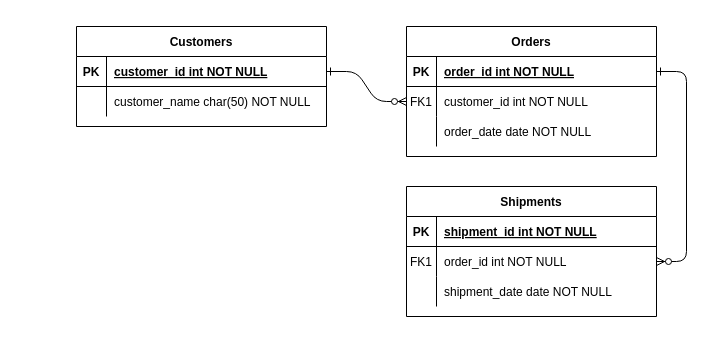
Earlier version of the draw.io diagram recycleDB.drawio (jgy2808/TERM_Project). Source tidied: cells renumbered, new cells numbered last; positions are measured from the earlier drawing's top-left corner, leaving out a move shared by most shapes. Both pictures are drawn from the tidied source at 100%, with x=0, y=0 at pixel (76, 26).
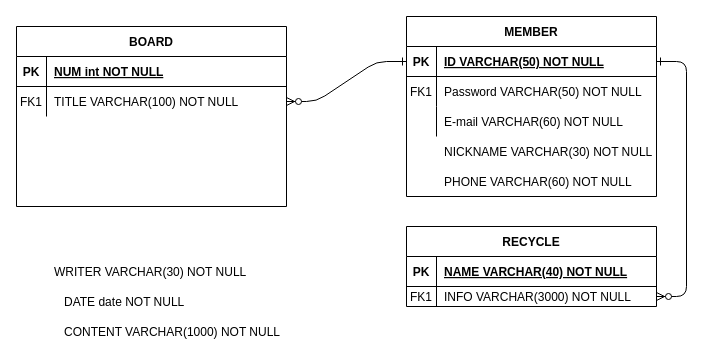
After the change.

Unchanged cells that the change refers to:
```xml
<mxCell id="5" style="shape=partialRectangle;fillColor=none;points=[[0,0.5],[1,0.5]];portConstraint=eastwest;top=0;left=0;right=0;bottom=1;" parent="4" vertex="1">
  <mxGeometry y="30" width="250" height="30" as="geometry" />
</mxCell>
<mxCell id="8" style="shape=partialRectangle;fillColor=none;points=[[0,0.5],[1,0.5]];portConstraint=eastwest;top=0;left=0;right=0;bottom=0;" parent="4" vertex="1">
  <mxGeometry y="60" width="250" height="30" as="geometry" />
</mxCell>
<mxCell id="11" style="shape=partialRectangle;fillColor=none;top=0;left=0;right=0;bottom=0;" parent="4" vertex="1">
  <mxGeometry y="90" width="250" height="30" as="geometry" />
</mxCell>
<mxCell id="15" style="shape=partialRectangle;fillColor=none;top=0;left=0;right=0;bottom=1;" parent="14" vertex="1">
  <mxGeometry y="30" width="250" height="30" as="geometry" />
</mxCell>
```

What changed in the source:
```diff
@@
-    <mxCell id="2" style="edgeStyle=entityRelationEdgeStyle;endArrow=ERzeroToMany;startArrow=ERone;endFill=1;startFill=0;" parent="1" edge="1" source="25" target="8">
-      <mxGeometry relative="1" as="geometry" />
-    </mxCell>
@@
-    <mxCell id="4" value="Orders" style="shape=table;startSize=30;childLayout=tableLayout;rowLines=0;fontStyle=1;align=center;" parent="1" vertex="1">
-      <mxGeometry x="330" width="250" height="130" as="geometry" />
+    <mxCell id="4" value="MEMBER" style="shape=table;startSize=30;childLayout=tableLayout;rowLines=0;fontStyle=1;align=center;" parent="1" vertex="1">
+      <mxGeometry x="330" y="-10" width="250" height="180" as="geometry" />
     </mxCell>
@@
-    <mxCell id="7" value="order_id int NOT NULL " style="shape=partialRectangle;overflow=hidden;fillColor=none;top=0;left=0;bottom=0;right=0;align=left;spacingLeft=6;fontStyle=5;" parent="5" vertex="1">
+    <mxCell id="7" value="ID VARCHAR(50) NOT NULL" style="shape=partialRectangle;overflow=hidden;fillColor=none;top=0;left=0;bottom=0;right=0;align=left;spacingLeft=6;fontStyle=5;" parent="5" vertex="1">
       <mxGeometry x="30" width="220" height="30" as="geometry" />
     </mxCell>
@@
-    <mxCell id="10" value="customer_id int NOT NULL" style="shape=partialRectangle;overflow=hidden;fillColor=none;top=0;left=0;bottom=0;right=0;align=left;spacingLeft=6;" parent="8" vertex="1">
+    <mxCell id="10" value="Password VARCHAR(50) NOT NULL" style="shape=partialRectangle;overflow=hidden;fillColor=none;top=0;left=0;bottom=0;right=0;align=left;spacingLeft=6;" parent="8" vertex="1">
       <mxGeometry x="30" width="220" height="30" as="geometry" />
     </mxCell>
@@
-    <mxCell id="13" value="order_date date NOT NULL" style="shape=partialRectangle;overflow=hidden;fillColor=none;top=0;left=0;bottom=0;right=0;align=left;spacingLeft=6;" parent="11" vertex="1">
+    <mxCell id="13" value="E-mail VARCHAR(60) NOT NULL" style="shape=partialRectangle;overflow=hidden;fillColor=none;top=0;left=0;bottom=0;right=0;align=left;spacingLeft=6;" parent="11" vertex="1">
       <mxGeometry x="30" width="220" height="30" as="geometry" />
     </mxCell>
-    <mxCell id="14" value="Shipments" style="shape=table;startSize=30;childLayout=tableLayout;rowLines=0;fontStyle=1;align=center;" parent="1" vertex="1">
-      <mxGeometry x="330" y="160" width="250" height="130" as="geometry" />
+    <mxCell id="14" value="RECYCLE" style="shape=table;startSize=30;childLayout=tableLayout;rowLines=0;fontStyle=1;align=center;" parent="1" vertex="1">
+      <mxGeometry x="330" y="200" width="250" height="80" as="geometry" />
     </mxCell>
@@
-    <mxCell id="17" value="shipment_id int NOT NULL " style="shape=partialRectangle;overflow=hidden;fillColor=none;top=0;left=0;bottom=0;right=0;align=left;spacingLeft=6;fontStyle=5;" parent="15" vertex="1">
+    <mxCell id="17" value="NAME VARCHAR(40) NOT NULL" style="shape=partialRectangle;overflow=hidden;fillColor=none;top=0;left=0;bottom=0;right=0;align=left;spacingLeft=6;fontStyle=5;" parent="15" vertex="1">
       <mxGeometry x="30" width="220" height="30" as="geometry" />
     </mxCell>
     <mxCell id="18" style="shape=partialRectangle;fillColor=none;points=[[0,0.5],[1,0.5]];portConstraint=eastwest;top=0;left=0;right=0;bottom=0;" parent="14" vertex="1">
-      <mxGeometry y="60" width="250" height="30" as="geometry" />
+      <mxGeometry y="60" width="250" height="20" as="geometry" />
     </mxCell>
     <mxCell id="19" value="FK1" style="shape=partialRectangle;overflow=hidden;fillColor=none;top=0;left=0;bottom=0;right=0;" parent="18" vertex="1">
-      <mxGeometry width="30" height="30" as="geometry" />
+      <mxGeometry width="30" height="20" as="geometry" />
     </mxCell>
-    <mxCell id="20" value="order_id int NOT NULL" style="shape=partialRectangle;overflow=hidden;fillColor=none;top=0;left=0;bottom=0;right=0;align=left;spacingLeft=6;" parent="18" vertex="1">
-      <mxGeometry x="30" width="220" height="30" as="geometry" />
+    <mxCell id="20" value="INFO VARCHAR(3000) NOT NULL " style="shape=partialRectangle;overflow=hidden;fillColor=none;top=0;left=0;bottom=0;right=0;align=left;spacingLeft=6;" parent="18" vertex="1">
+      <mxGeometry x="30" width="220" height="20" as="geometry" />
     </mxCell>
-    <mxCell id="21" style="shape=partialRectangle;fillColor=none;top=0;left=0;right=0;bottom=0;" parent="14" vertex="1">
-      <mxGeometry y="90" width="250" height="30" as="geometry" />
-    </mxCell>
-    <mxCell id="22" style="shape=partialRectangle;overflow=hidden;fillColor=none;top=0;left=0;bottom=0;right=0;" parent="21" vertex="1">
-      <mxGeometry width="30" height="30" as="geometry" />
-    </mxCell>
-    <mxCell id="23" value="shipment_date date NOT NULL" style="shape=partialRectangle;overflow=hidden;fillColor=none;top=0;left=0;bottom=0;right=0;align=left;spacingLeft=6;" parent="21" vertex="1">
-      <mxGeometry x="30" width="220" height="30" as="geometry" />
-    </mxCell>
-    <mxCell id="24" value="Customers" style="shape=table;startSize=30;childLayout=tableLayout;rowLines=0;fontStyle=1;align=center;" parent="1" vertex="1">
-      <mxGeometry width="250" height="100" as="geometry" />
+    <mxCell id="24" value="BOARD" style="shape=table;startSize=30;childLayout=tableLayout;rowLines=0;fontStyle=1;align=center;" parent="1" vertex="1">
+      <mxGeometry x="-60" width="270" height="180" as="geometry" />
     </mxCell>
     <mxCell id="25" style="shape=partialRectangle;fillColor=none;points=[[0,0.5],[1,0.5]];portConstraint=eastwest;top=0;left=0;right=0;bottom=1;" parent="24" vertex="1">
-      <mxGeometry y="30" width="250" height="30" as="geometry" />
+      <mxGeometry y="30" width="270" height="30" as="geometry" />
     </mxCell>
@@
-    <mxCell id="27" value="customer_id int NOT NULL " style="shape=partialRectangle;overflow=hidden;fillColor=none;top=0;left=0;bottom=0;right=0;align=left;spacingLeft=6;fontStyle=5;" parent="25" vertex="1">
-      <mxGeometry x="30" width="220" height="30" as="geometry" />
+    <mxCell id="27" value="NUM int NOT NULL" style="shape=partialRectangle;overflow=hidden;fillColor=none;top=0;left=0;bottom=0;right=0;align=left;spacingLeft=6;fontStyle=5;" parent="25" vertex="1">
+      <mxGeometry x="30" width="240" height="30" as="geometry" />
     </mxCell>
     <mxCell id="28" style="shape=partialRectangle;fillColor=none;points=[[0,0.5],[1,0.5]];portConstraint=eastwest;top=0;left=0;right=0;bottom=0;" parent="24" vertex="1">
-      <mxGeometry y="60" width="250" height="30" as="geometry" />
+      <mxGeometry y="60" width="270" height="30" as="geometry" />
     </mxCell>
-    <mxCell id="29" style="shape=partialRectangle;overflow=hidden;fillColor=none;top=0;left=0;bottom=0;right=0;" parent="28" vertex="1">
+    <mxCell id="29" value="FK1" style="shape=partialRectangle;overflow=hidden;fillColor=none;top=0;left=0;bottom=0;right=0;" parent="28" vertex="1">
       <mxGeometry width="30" height="30" as="geometry" />
     </mxCell>
-    <mxCell id="30" value="customer_name char(50) NOT NULL" style="shape=partialRectangle;overflow=hidden;fillColor=none;top=0;left=0;bottom=0;right=0;align=left;spacingLeft=6;" parent="28" vertex="1">
-      <mxGeometry x="30" width="220" height="30" as="geometry" />
+    <mxCell id="30" value="TITLE VARCHAR(100) NOT NULL" style="shape=partialRectangle;overflow=hidden;fillColor=none;top=0;left=0;bottom=0;right=0;align=left;spacingLeft=6;" parent="28" vertex="1">
+      <mxGeometry x="30" width="240" height="30" as="geometry" />
     </mxCell>
+    <mxCell id="31" value="NICKNAME VARCHAR(30) NOT NULL" style="shape=partialRectangle;overflow=hidden;fillColor=none;top=0;left=0;bottom=0;right=0;align=left;spacingLeft=6;" parent="1" vertex="1">
+      <mxGeometry x="360" y="110" width="220" height="30" as="geometry" />
+    </mxCell>
+    <mxCell id="32" value="PHONE VARCHAR(60) NOT NULL" style="shape=partialRectangle;overflow=hidden;fillColor=none;top=0;left=0;bottom=0;right=0;align=left;spacingLeft=6;" parent="1" vertex="1">
+      <mxGeometry x="360" y="140" width="220" height="30" as="geometry" />
+    </mxCell>
+    <mxCell id="2" style="edgeStyle=entityRelationEdgeStyle;endArrow=ERzeroToMany;startArrow=ERone;endFill=1;startFill=0;exitX=0;exitY=0.5;exitDx=0;exitDy=0;entryX=1;entryY=0.5;entryDx=0;entryDy=0;" parent="1" edge="1" source="5" target="28">
+      <mxGeometry relative="1" as="geometry" />
+    </mxCell>
+    <mxCell id="33" value="WRITER VARCHAR(30) NOT NULL" style="shape=partialRectangle;overflow=hidden;fillColor=none;top=0;left=0;bottom=0;right=0;align=left;spacingLeft=6;" parent="1" vertex="1">
+      <mxGeometry x="-30" y="230" width="220" height="30" as="geometry" />
+    </mxCell>
+    <mxCell id="34" value="DATE date NOT NULL" style="shape=partialRectangle;overflow=hidden;fillColor=none;top=0;left=0;bottom=0;right=0;align=left;spacingLeft=6;" parent="1" vertex="1">
+      <mxGeometry x="-20" y="260" width="220" height="30" as="geometry" />
+    </mxCell>
+    <mxCell id="35" value="CONTENT VARCHAR(1000) NOT NULL" style="shape=partialRectangle;overflow=hidden;fillColor=none;top=0;left=0;bottom=0;right=0;align=left;spacingLeft=6;" parent="1" vertex="1">
+      <mxGeometry x="-20" y="290" width="230" height="30" as="geometry" />
+    </mxCell>
```
